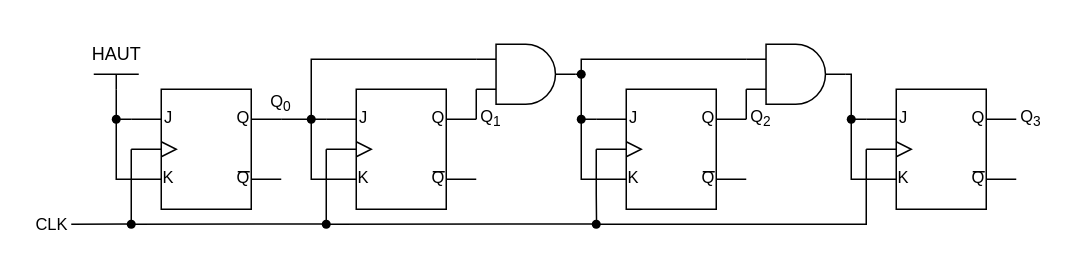
Earlier version of the draw.io diagram 1A5/Examen/1A5_Final_14.drawio (JoseForest-CLJ/Draw.io-files). Source tidied: cells renumbered, new cells numbered last; positions are measured from the earlier drawing's top-left corner, leaving out a move shared by most shapes. Both pictures are drawn from the tidied source at 150%, with x=0, y=0 at pixel (26, 44).
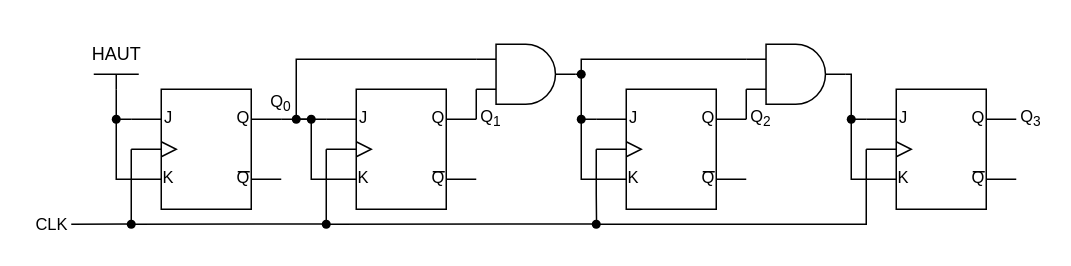
Above is the later version.

The change refers to these unchanged cells:
```xml
<mxCell id="21" style="verticalLabelPosition=bottom;shadow=0;dashed=0;align=center;html=1;verticalAlign=top;shape=mxgraph.electrical.logic_gates.logic_gate;operation=and;" parent="1" vertex="1">
  <mxGeometry x="300" width="66" height="40" as="geometry" />
</mxCell>
<mxCell id="25" style="shape=waypoint;sketch=0;fillStyle=solid;size=6;points=[];fillColor=none;perimeter=centerPerimeter;snapToPoint=1;fontFamily=Helvetica;fontSize=11;fontColor=default;labelBackgroundColor=default;" parent="1" vertex="1">
  <mxGeometry x="180" y="40" width="20" height="20" as="geometry" />
</mxCell>
```

The edit, as a diff of the source:
```diff
@@
     <mxCell id="20" style="edgeStyle=orthogonalEdgeStyle;shape=connector;rounded=0;jettySize=auto;html=1;exitX=0;exitY=0.25;exitDx=0;exitDy=0;exitPerimeter=0;strokeColor=default;align=center;verticalAlign=middle;fontFamily=Helvetica;fontSize=11;fontColor=default;labelBackgroundColor=default;endArrow=none;endFill=0;" parent="1" edge="1" source="21" target="25">
       <mxGeometry relative="1" as="geometry">
         <Array as="points">
-          <mxPoint x="190" y="10" />
+          <mxPoint x="180" y="10" />
+          <mxPoint x="180" y="50" />
         </Array>
       </mxGeometry>
     </mxCell>
@@
+    <mxCell id="42" style="shape=waypoint;sketch=0;fillStyle=solid;size=6;fillColor=none;perimeter=centerPerimeter;" parent="1" vertex="1">
+      <mxGeometry x="170" y="40" width="20" height="20" as="geometry" />
+    </mxCell>
```
